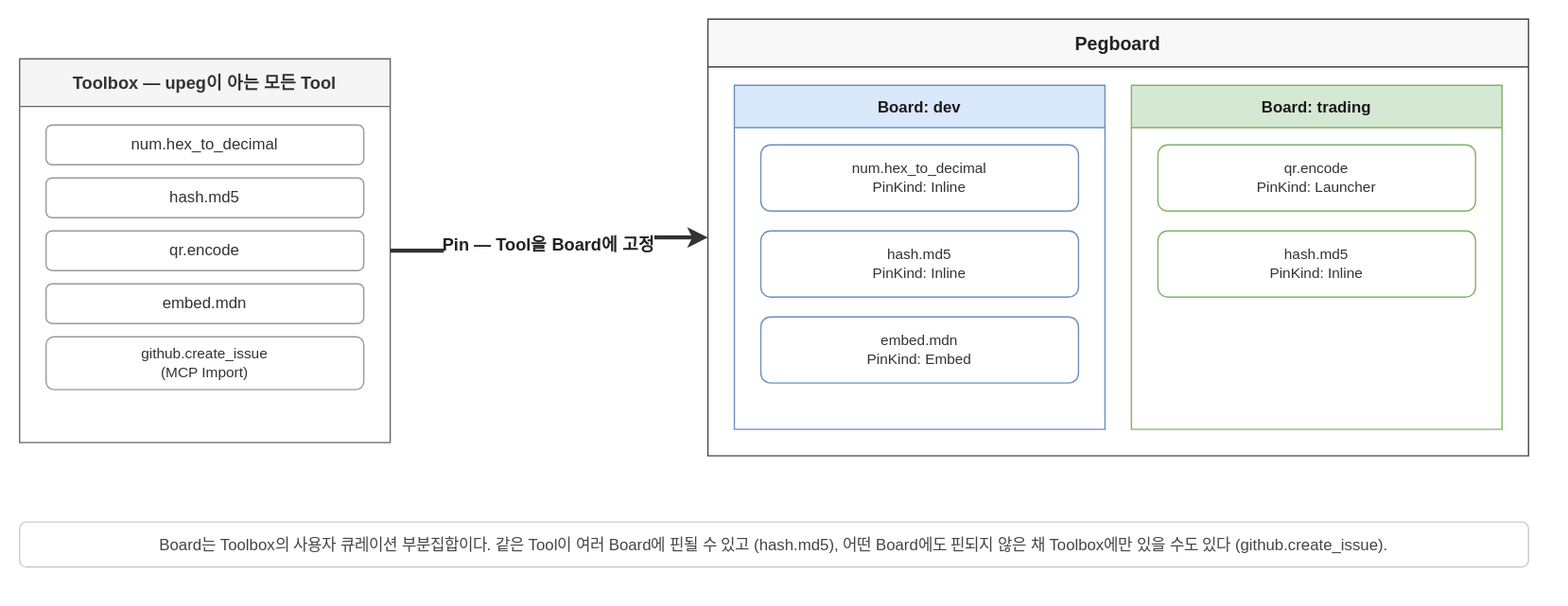
Before: docs/diagrams/pegboard-metaphor.drawio.svg, a diagram exported from draw.io (5pecia1/UPeg). Source tidied: cells renumbered, new cells last; positions are measured from the earlier drawing's top-left corner, leaving out a move shared by most shapes. Source of this version:
```xml
<mxGraphModel background="#ffffff">
  <root>
    <mxCell id="0" />
    <mxCell id="1" parent="0" />
    <mxCell id="2" value="Toolbox — upeg이 아는 모든 Tool" style="swimlane;html=0;startSize=36;fillColor=#f5f5f5;strokeColor=#666666;fontColor=#333333;fontStyle=1;fontSize=13;" parent="1" vertex="1">
      <mxGeometry y="30" width="280" height="290" as="geometry" />
    </mxCell>
    <mxCell id="3" value="num.hex_to_decimal" style="rounded=1;whiteSpace=wrap;html=0;fillColor=#ffffff;strokeColor=#999999;fontColor=#333333;fontSize=12;" parent="2" vertex="1">
      <mxGeometry x="20" y="50" width="240" height="30" as="geometry" />
    </mxCell>
    <mxCell id="4" value="hash.md5" style="rounded=1;whiteSpace=wrap;html=0;fillColor=#ffffff;strokeColor=#999999;fontColor=#333333;fontSize=12;" parent="2" vertex="1">
      <mxGeometry x="20" y="90" width="240" height="30" as="geometry" />
    </mxCell>
    <mxCell id="5" value="qr.encode" style="rounded=1;whiteSpace=wrap;html=0;fillColor=#ffffff;strokeColor=#999999;fontColor=#333333;fontSize=12;" parent="2" vertex="1">
      <mxGeometry x="20" y="130" width="240" height="30" as="geometry" />
    </mxCell>
    <mxCell id="6" value="embed.mdn" style="rounded=1;whiteSpace=wrap;html=0;fillColor=#ffffff;strokeColor=#999999;fontColor=#333333;fontSize=12;" parent="2" vertex="1">
      <mxGeometry x="20" y="170" width="240" height="30" as="geometry" />
    </mxCell>
    <mxCell id="7" value="github.create_issue&#10;(MCP Import)" style="rounded=1;whiteSpace=wrap;html=0;fillColor=#ffffff;strokeColor=#999999;fontColor=#333333;fontSize=11;" parent="2" vertex="1">
      <mxGeometry x="20" y="210" width="240" height="40" as="geometry" />
    </mxCell>
    <mxCell id="8" value="Pegboard" style="swimlane;html=0;startSize=36;fillColor=#f8f8f8;strokeColor=#444444;fontColor=#222222;fontStyle=1;fontSize=14;" parent="1" vertex="1">
      <mxGeometry x="520" width="620" height="330" as="geometry" />
    </mxCell>
    <mxCell id="9" value="Board: dev" style="swimlane;html=0;startSize=32;fillColor=#dae8fc;strokeColor=#6c8ebf;fontColor=#1a1a1a;fontStyle=1;fontSize=12;" parent="8" vertex="1">
      <mxGeometry x="20" y="50" width="280" height="260" as="geometry" />
    </mxCell>
    <mxCell id="10" value="num.hex_to_decimal&#10;PinKind: Inline" style="rounded=1;whiteSpace=wrap;html=0;fillColor=#ffffff;strokeColor=#6c8ebf;fontColor=#333333;fontSize=11;" parent="9" vertex="1">
      <mxGeometry x="20" y="45" width="240" height="50" as="geometry" />
    </mxCell>
    <mxCell id="11" value="hash.md5&#10;PinKind: Inline" style="rounded=1;whiteSpace=wrap;html=0;fillColor=#ffffff;strokeColor=#6c8ebf;fontColor=#333333;fontSize=11;" parent="9" vertex="1">
      <mxGeometry x="20" y="110" width="240" height="50" as="geometry" />
    </mxCell>
    <mxCell id="12" value="embed.mdn&#10;PinKind: Embed" style="rounded=1;whiteSpace=wrap;html=0;fillColor=#ffffff;strokeColor=#6c8ebf;fontColor=#333333;fontSize=11;" parent="9" vertex="1">
      <mxGeometry x="20" y="175" width="240" height="50" as="geometry" />
    </mxCell>
    <mxCell id="13" value="Board: trading" style="swimlane;html=0;startSize=32;fillColor=#d5e8d4;strokeColor=#82b366;fontColor=#1a1a1a;fontStyle=1;fontSize=12;" parent="8" vertex="1">
      <mxGeometry x="320" y="50" width="280" height="260" as="geometry" />
    </mxCell>
    <mxCell id="14" value="qr.encode&#10;PinKind: Launcher" style="rounded=1;whiteSpace=wrap;html=0;fillColor=#ffffff;strokeColor=#82b366;fontColor=#333333;fontSize=11;" parent="13" vertex="1">
      <mxGeometry x="20" y="45" width="240" height="50" as="geometry" />
    </mxCell>
    <mxCell id="15" value="hash.md5&#10;PinKind: Inline" style="rounded=1;whiteSpace=wrap;html=0;fillColor=#ffffff;strokeColor=#82b366;fontColor=#333333;fontSize=11;" parent="13" vertex="1">
      <mxGeometry x="20" y="110" width="240" height="50" as="geometry" />
    </mxCell>
    <mxCell id="16" value="Pin — Tool을 Board에 고정" style="edgeStyle=orthogonalEdgeStyle;rounded=1;jettySize=auto;html=0;strokeColor=#333333;strokeWidth=3;fontColor=#222222;fontSize=13;fontStyle=1;labelBackgroundColor=#ffffff;exitX=1;exitY=0.5;exitDx=0;exitDy=0;entryX=0;entryY=0.5;entryDx=0;entryDy=0;" parent="1" edge="1" source="2" target="8">
      <mxGeometry relative="1" as="geometry" />
    </mxCell>
    <mxCell id="17" value="Board는 Toolbox의 사용자 큐레이션 부분집합이다. 같은 Tool이 여러 Board에 핀될 수 있고 (hash.md5), 어떤 Board에도 핀되지 않은 채 Toolbox에만 있을 수도 있다 (github.create_issue)." style="text;html=0;align=center;verticalAlign=middle;fillColor=#ffffff;strokeColor=#cccccc;rounded=1;fontColor=#444444;fontSize=12;" parent="1" vertex="1">
      <mxGeometry y="380" width="1140" height="34" as="geometry" />
    </mxCell>
  </root>
</mxGraphModel>
```
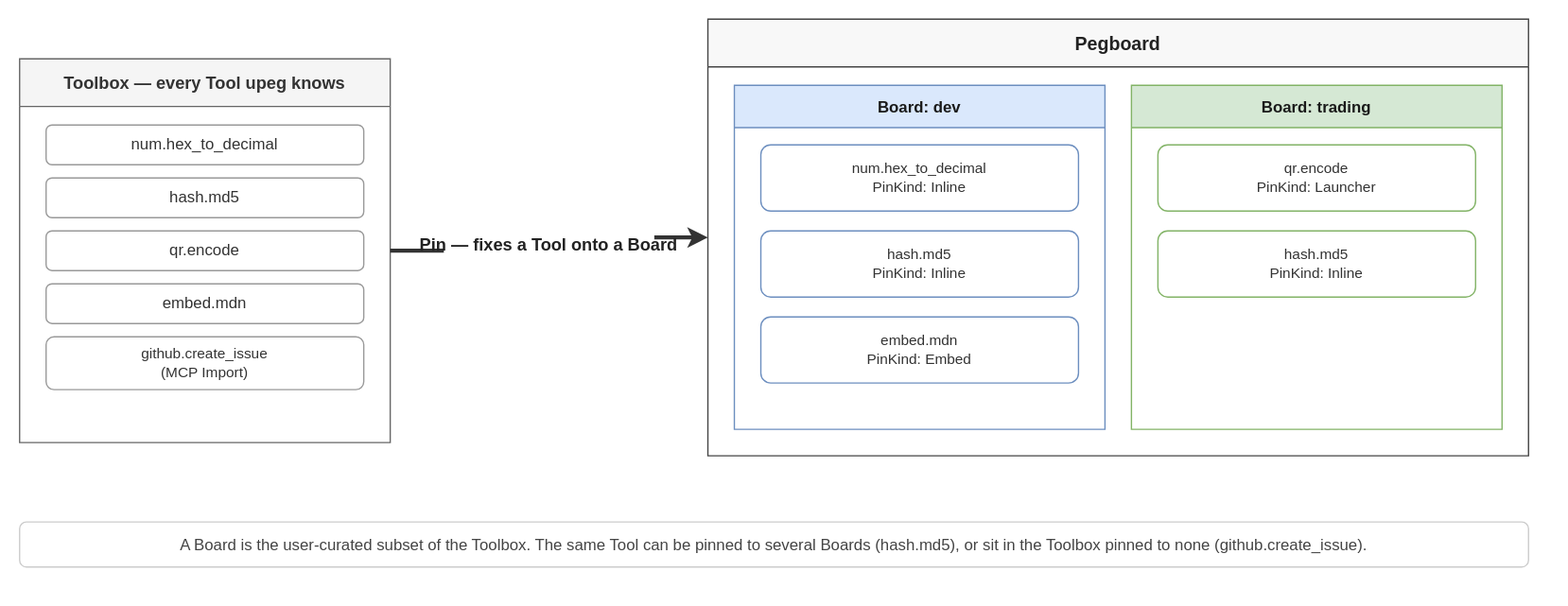
After the commit.

Diff of the diagram source:
```diff
@@ -2,7 +2,7 @@
   <root>
     <mxCell id="0" />
     <mxCell id="1" parent="0" />
-    <mxCell id="2" value="Toolbox — upeg이 아는 모든 Tool" style="swimlane;html=0;startSize=36;fillColor=#f5f5f5;strokeColor=#666666;fontColor=#333333;fontStyle=1;fontSize=13;" parent="1" vertex="1">
+    <mxCell id="2" value="Toolbox — every Tool upeg knows" style="swimlane;html=0;startSize=36;fillColor=#f5f5f5;strokeColor=#666666;fontColor=#333333;fontStyle=1;fontSize=13;" parent="1" vertex="1">
       <mxGeometry y="30" width="280" height="290" as="geometry" />
     </mxCell>
     <mxCell id="3" value="num.hex_to_decimal" style="rounded=1;whiteSpace=wrap;html=0;fillColor=#ffffff;strokeColor=#999999;fontColor=#333333;fontSize=12;" parent="2" vertex="1">
@@ -44,10 +44,10 @@
     <mxCell id="15" value="hash.md5&#10;PinKind: Inline" style="rounded=1;whiteSpace=wrap;html=0;fillColor=#ffffff;strokeColor=#82b366;fontColor=#333333;fontSize=11;" parent="13" vertex="1">
       <mxGeometry x="20" y="110" width="240" height="50" as="geometry" />
     </mxCell>
-    <mxCell id="16" value="Pin — Tool을 Board에 고정" style="edgeStyle=orthogonalEdgeStyle;rounded=1;jettySize=auto;html=0;strokeColor=#333333;strokeWidth=3;fontColor=#222222;fontSize=13;fontStyle=1;labelBackgroundColor=#ffffff;exitX=1;exitY=0.5;exitDx=0;exitDy=0;entryX=0;entryY=0.5;entryDx=0;entryDy=0;" parent="1" edge="1" source="2" target="8">
+    <mxCell id="16" value="Pin — fixes a Tool onto a Board" style="edgeStyle=orthogonalEdgeStyle;rounded=1;jettySize=auto;html=0;strokeColor=#333333;strokeWidth=3;fontColor=#222222;fontSize=13;fontStyle=1;labelBackgroundColor=#ffffff;exitX=1;exitY=0.5;exitDx=0;exitDy=0;entryX=0;entryY=0.5;entryDx=0;entryDy=0;" parent="1" edge="1" source="2" target="8">
       <mxGeometry relative="1" as="geometry" />
     </mxCell>
-    <mxCell id="17" value="Board는 Toolbox의 사용자 큐레이션 부분집합이다. 같은 Tool이 여러 Board에 핀될 수 있고 (hash.md5), 어떤 Board에도 핀되지 않은 채 Toolbox에만 있을 수도 있다 (github.create_issue)." style="text;html=0;align=center;verticalAlign=middle;fillColor=#ffffff;strokeColor=#cccccc;rounded=1;fontColor=#444444;fontSize=12;" parent="1" vertex="1">
+    <mxCell id="17" value="A Board is the user-curated subset of the Toolbox. The same Tool can be pinned to several Boards (hash.md5), or sit in the Toolbox pinned to none (github.create_issue)." style="text;html=0;align=center;verticalAlign=middle;fillColor=#ffffff;strokeColor=#cccccc;rounded=1;fontColor=#444444;fontSize=12;" parent="1" vertex="1">
       <mxGeometry y="380" width="1140" height="34" as="geometry" />
     </mxCell>
   </root>
```
